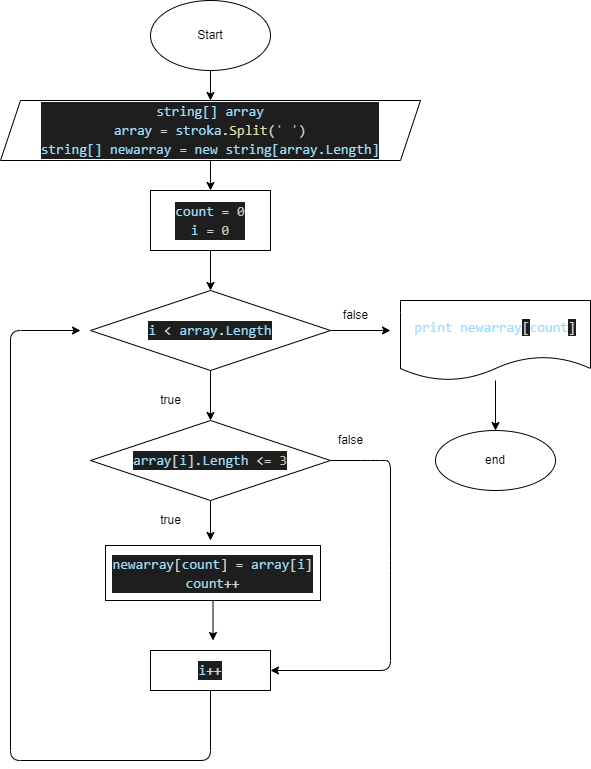
This is Atask/diagram.drawio.png from SmNataLy/final_work, a draw.io export, as it was before one commit. Source tidied: cells renumbered, new cells last; positions are measured from the earlier drawing's top-left corner, leaving out a move shared by most shapes.
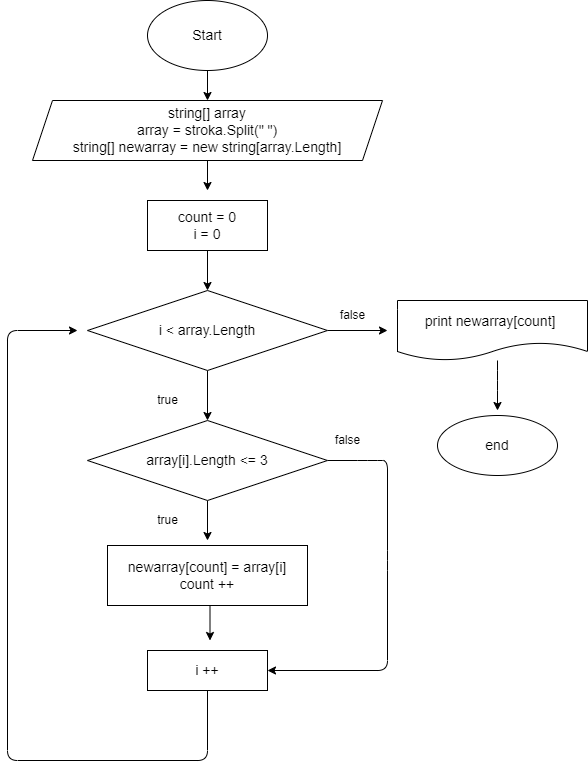
After the change.

Commit message:
Скорректировала блок-схему второй раз

What changed in the source:
```diff
@@ -2,16 +2,18 @@
   <root>
     <mxCell id="0" />
     <mxCell id="1" parent="0" />
-    <mxCell id="2" style="edgeStyle=none;html=1;entryX=0.5;entryY=0;entryDx=0;entryDy=0;" parent="1" edge="1" source="3" target="10">
-      <mxGeometry relative="1" as="geometry" />
+    <mxCell id="2" style="edgeStyle=none;html=1;entryX=0.5;entryY=0;entryDx=0;entryDy=0;" parent="1" edge="1">
+      <mxGeometry relative="1" as="geometry">
+        <mxPoint x="210" y="160" as="sourcePoint" />
+        <mxPoint x="210" y="190" as="targetPoint" />
+      </mxGeometry>
     </mxCell>
-    <mxCell id="3" value="&lt;div style=&quot;background-color: rgb(30, 30, 30); font-family: Consolas, &amp;quot;Courier New&amp;quot;, monospace; font-size: 14px; line-height: 19px;&quot;&gt;&lt;div style=&quot;line-height: 19px;&quot;&gt;&lt;font color=&quot;#9cdcfe&quot;&gt;string[] array&lt;/font&gt;&lt;/div&gt;&lt;div style=&quot;line-height: 19px;&quot;&gt;&lt;div style=&quot;color: rgb(212, 212, 212); line-height: 19px;&quot;&gt;&lt;span style=&quot;color: #9cdcfe;&quot;&gt;array&lt;/span&gt; = &lt;span style=&quot;color: #9cdcfe;&quot;&gt;stroka&lt;/span&gt;.&lt;span style=&quot;color: #dcdcaa;&quot;&gt;Split&lt;/span&gt;(&lt;span style=&quot;color: #ce9178;&quot;&gt;' '&lt;/span&gt;)&lt;/div&gt;&lt;div style=&quot;color: rgb(212, 212, 212); line-height: 19px;&quot;&gt;&lt;span style=&quot;color: rgb(156, 220, 254);&quot;&gt;string[] newarray = new string[array.Length]&lt;/span&gt;&lt;br&gt;&lt;/div&gt;&lt;/div&gt;&lt;/div&gt;" style="shape=parallelogram;perimeter=parallelogramPerimeter;whiteSpace=wrap;html=1;fixedSize=1;" parent="1" vertex="1">
-      <mxGeometry y="100" width="420" height="60" as="geometry" />
-    </mxCell>
-    <mxCell id="4" style="edgeStyle=none;html=1;entryX=0.5;entryY=0;entryDx=0;entryDy=0;" parent="1" edge="1" source="5" target="3">
-      <mxGeometry relative="1" as="geometry" />
+    <mxCell id="4" style="edgeStyle=none;html=1;entryX=0.5;entryY=0;entryDx=0;entryDy=0;" parent="1" edge="1" source="5">
+      <mxGeometry relative="1" as="geometry">
+        <mxPoint x="210" y="100" as="targetPoint" />
+      </mxGeometry>
     </mxCell>
-    <mxCell id="5" value="Start" style="ellipse;whiteSpace=wrap;html=1;" parent="1" vertex="1">
+    <mxCell id="5" value="&lt;font style=&quot;font-size: 14px;&quot;&gt;Start&lt;/font&gt;" style="ellipse;whiteSpace=wrap;html=1;" parent="1" vertex="1">
       <mxGeometry x="150" width="120" height="70" as="geometry" />
     </mxCell>
     <mxCell id="6" style="edgeStyle=none;html=1;" parent="1" edge="1" source="8">
@@ -29,15 +31,14 @@
         </Array>
       </mxGeometry>
     </mxCell>
-    <mxCell id="8" value="&lt;div style=&quot;color: rgb(212, 212, 212); background-color: rgb(30, 30, 30); font-family: Consolas, &amp;quot;Courier New&amp;quot;, monospace; font-size: 14px; line-height: 19px;&quot;&gt;&lt;div style=&quot;line-height: 19px;&quot;&gt;&lt;span style=&quot;color: #9cdcfe;&quot;&gt;array&lt;/span&gt;[&lt;span style=&quot;color: #9cdcfe;&quot;&gt;i&lt;/span&gt;].&lt;span style=&quot;color: #9cdcfe;&quot;&gt;Length&lt;/span&gt; &amp;lt;= &lt;span style=&quot;color: #b5cea8;&quot;&gt;3&lt;/span&gt;&lt;/div&gt;&lt;/div&gt;" style="rhombus;whiteSpace=wrap;html=1;" parent="1" vertex="1">
+    <mxCell id="8" value="&lt;font style=&quot;font-size: 14px;&quot;&gt;array[i].&lt;/font&gt;&lt;span style=&quot;font-size: 14px;&quot;&gt;Length &amp;lt;= 3&lt;/span&gt;" style="rhombus;whiteSpace=wrap;html=1;" parent="1" vertex="1">
       <mxGeometry x="90" y="420" width="240" height="80" as="geometry" />
     </mxCell>
-    <mxCell id="9" style="edgeStyle=none;html=1;entryX=0.5;entryY=0;entryDx=0;entryDy=0;" parent="1" edge="1" source="10" target="13">
-      <mxGeometry relative="1" as="geometry" />
+    <mxCell id="9" style="edgeStyle=none;html=1;entryX=0.5;entryY=0;entryDx=0;entryDy=0;" parent="1" edge="1" target="13">
+      <mxGeometry relative="1" as="geometry">
+        <mxPoint x="210" y="250" as="sourcePoint" />
+      </mxGeometry>
     </mxCell>
-    <mxCell id="10" value="&lt;div style=&quot;color: rgb(212, 212, 212); background-color: rgb(30, 30, 30); font-family: Consolas, &amp;quot;Courier New&amp;quot;, monospace; font-size: 14px; line-height: 19px;&quot;&gt;&lt;span style=&quot;color: #9cdcfe;&quot;&gt;count&lt;/span&gt; = &lt;span style=&quot;color: #b5cea8;&quot;&gt;0&lt;/span&gt;&lt;/div&gt;&lt;div style=&quot;color: rgb(212, 212, 212); background-color: rgb(30, 30, 30); font-family: Consolas, &amp;quot;Courier New&amp;quot;, monospace; font-size: 14px; line-height: 19px;&quot;&gt;&lt;div style=&quot;line-height: 19px;&quot;&gt;&lt;span style=&quot;color: #9cdcfe;&quot;&gt;i&lt;/span&gt; = &lt;span style=&quot;color: #b5cea8;&quot;&gt;0&lt;/span&gt;&lt;/div&gt;&lt;/div&gt;" style="rounded=0;whiteSpace=wrap;html=1;" parent="1" vertex="1">
-      <mxGeometry x="150" y="190" width="120" height="60" as="geometry" />
-    </mxCell>
     <mxCell id="11" style="edgeStyle=none;html=1;entryX=0.5;entryY=0;entryDx=0;entryDy=0;" parent="1" edge="1" source="13" target="8">
       <mxGeometry relative="1" as="geometry" />
     </mxCell>
@@ -46,17 +47,15 @@
         <mxPoint x="390" y="330" as="targetPoint" />
       </mxGeometry>
     </mxCell>
-    <mxCell id="13" value="&lt;div style=&quot;color: rgb(212, 212, 212); background-color: rgb(30, 30, 30); font-family: Consolas, &amp;quot;Courier New&amp;quot;, monospace; font-size: 14px; line-height: 19px;&quot;&gt;&lt;div style=&quot;line-height: 19px;&quot;&gt;&lt;div style=&quot;line-height: 19px;&quot;&gt;&lt;span style=&quot;color: #9cdcfe;&quot;&gt;i&lt;/span&gt; &amp;lt; &lt;span style=&quot;color: #9cdcfe;&quot;&gt;array&lt;/span&gt;.&lt;span style=&quot;color: #9cdcfe;&quot;&gt;Length&lt;/span&gt;&lt;/div&gt;&lt;/div&gt;&lt;/div&gt;" style="rhombus;whiteSpace=wrap;html=1;" parent="1" vertex="1">
+    <mxCell id="13" value="&lt;font style=&quot;font-size: 14px;&quot;&gt;i &amp;lt; array.Length&lt;/font&gt;" style="rhombus;whiteSpace=wrap;html=1;" parent="1" vertex="1">
       <mxGeometry x="90" y="290" width="240" height="80" as="geometry" />
     </mxCell>
-    <mxCell id="14" style="edgeStyle=none;html=1;" parent="1" edge="1" source="15">
+    <mxCell id="14" style="edgeStyle=none;html=1;" parent="1" edge="1">
       <mxGeometry relative="1" as="geometry">
+        <mxPoint x="212.5" y="600" as="sourcePoint" />
         <mxPoint x="212.5" y="640" as="targetPoint" />
       </mxGeometry>
     </mxCell>
-    <mxCell id="15" value="&lt;div style=&quot;color: rgb(212, 212, 212); background-color: rgb(30, 30, 30); font-family: Consolas, &amp;quot;Courier New&amp;quot;, monospace; font-size: 14px; line-height: 19px;&quot;&gt;&lt;span style=&quot;color: #9cdcfe;&quot;&gt;newarray&lt;/span&gt;[&lt;span style=&quot;color: #9cdcfe;&quot;&gt;count&lt;/span&gt;] = &lt;span style=&quot;color: #9cdcfe;&quot;&gt;array&lt;/span&gt;[&lt;span style=&quot;color: #9cdcfe;&quot;&gt;i&lt;/span&gt;]&lt;/div&gt;&lt;div style=&quot;color: rgb(212, 212, 212); background-color: rgb(30, 30, 30); font-family: Consolas, &amp;quot;Courier New&amp;quot;, monospace; font-size: 14px; line-height: 19px;&quot;&gt;&lt;div style=&quot;line-height: 19px;&quot;&gt;&lt;span style=&quot;color: #9cdcfe;&quot;&gt;count&lt;/span&gt;++&lt;/div&gt;&lt;/div&gt;" style="rounded=0;whiteSpace=wrap;html=1;" parent="1" vertex="1">
-      <mxGeometry x="105" y="545" width="215" height="55" as="geometry" />
-    </mxCell>
     <mxCell id="16" style="edgeStyle=none;html=1;" parent="1" edge="1" source="17">
       <mxGeometry relative="1" as="geometry">
         <mxPoint x="80" y="330" as="targetPoint" />
@@ -67,7 +66,7 @@
         </Array>
       </mxGeometry>
     </mxCell>
-    <mxCell id="17" value="&lt;div style=&quot;color: rgb(212, 212, 212); background-color: rgb(30, 30, 30); font-family: Consolas, &amp;quot;Courier New&amp;quot;, monospace; font-size: 14px; line-height: 19px;&quot;&gt;&lt;span style=&quot;color: #9cdcfe;&quot;&gt;i&lt;/span&gt;++&lt;/div&gt;" style="rounded=0;whiteSpace=wrap;html=1;" parent="1" vertex="1">
+    <mxCell id="17" value="&lt;font style=&quot;font-size: 14px;&quot;&gt;i ++&lt;/font&gt;" style="rounded=0;whiteSpace=wrap;html=1;" parent="1" vertex="1">
       <mxGeometry x="150" y="650" width="120" height="40" as="geometry" />
     </mxCell>
     <mxCell id="18" value="true" style="text;html=1;align=center;verticalAlign=middle;strokeColor=none;fillColor=none;" parent="1" vertex="1">
@@ -79,17 +78,32 @@
     <mxCell id="20" value="false" style="text;html=1;align=center;verticalAlign=middle;strokeColor=none;fillColor=none;" parent="1" vertex="1">
       <mxGeometry x="325" y="425" width="50" height="30" as="geometry" />
     </mxCell>
-    <mxCell id="21" style="edgeStyle=none;html=1;entryX=0.5;entryY=0;entryDx=0;entryDy=0;" parent="1" edge="1" source="22" target="24">
-      <mxGeometry relative="1" as="geometry" />
+    <mxCell id="21" style="edgeStyle=none;html=1;" parent="1" edge="1" source="22">
+      <mxGeometry relative="1" as="geometry">
+        <mxPoint x="500" y="410" as="targetPoint" />
+        <Array as="points">
+          <mxPoint x="500" y="360" />
+          <mxPoint x="500" y="380" />
+        </Array>
+      </mxGeometry>
     </mxCell>
-    <mxCell id="22" value="&lt;span style=&quot;font-family: Consolas, &amp;quot;Courier New&amp;quot;, monospace; font-size: 14px; color: rgb(156, 220, 254);&quot;&gt;print&amp;nbsp;&lt;/span&gt;&lt;span style=&quot;font-family: Consolas, &amp;quot;Courier New&amp;quot;, monospace; font-size: 14px; color: rgb(156, 220, 254);&quot;&gt;newarray&lt;/span&gt;&lt;span style=&quot;color: rgb(212, 212, 212); font-family: Consolas, &amp;quot;Courier New&amp;quot;, monospace; font-size: 14px; background-color: rgb(30, 30, 30);&quot;&gt;[&lt;/span&gt;&lt;span style=&quot;font-family: Consolas, &amp;quot;Courier New&amp;quot;, monospace; font-size: 14px; color: rgb(156, 220, 254);&quot;&gt;count&lt;/span&gt;&lt;span style=&quot;color: rgb(212, 212, 212); font-family: Consolas, &amp;quot;Courier New&amp;quot;, monospace; font-size: 14px; background-color: rgb(30, 30, 30);&quot;&gt;]&lt;/span&gt;" style="shape=document;whiteSpace=wrap;html=1;boundedLbl=1;" parent="1" vertex="1">
-      <mxGeometry x="400" y="300" width="190" height="80" as="geometry" />
+    <mxCell id="22" value="&lt;font style=&quot;font-size: 14px;&quot;&gt;print newarray[count]&amp;nbsp;&lt;/font&gt;" style="shape=document;whiteSpace=wrap;html=1;boundedLbl=1;" parent="1" vertex="1">
+      <mxGeometry x="400" y="300" width="190" height="60" as="geometry" />
     </mxCell>
     <mxCell id="23" value="false" style="text;html=1;align=center;verticalAlign=middle;strokeColor=none;fillColor=none;" parent="1" vertex="1">
       <mxGeometry x="330" y="300" width="50" height="30" as="geometry" />
     </mxCell>
-    <mxCell id="24" value="end" style="ellipse;whiteSpace=wrap;html=1;" parent="1" vertex="1">
-      <mxGeometry x="435" y="430" width="120" height="60" as="geometry" />
+    <mxCell id="24" value="&lt;font style=&quot;font-size: 14px;&quot;&gt;end&lt;/font&gt;" style="ellipse;whiteSpace=wrap;html=1;" parent="1" vertex="1">
+      <mxGeometry x="440" y="415" width="120" height="60" as="geometry" />
     </mxCell>
+    <mxCell id="25" value="&lt;font style=&quot;font-size: 14px;&quot;&gt;string[] array&lt;br&gt;array = stroka.Split(&quot; &quot;)&lt;br&gt;string[] newarray = new string[array.Length]&lt;br&gt;&lt;/font&gt;" style="shape=parallelogram;perimeter=parallelogramPerimeter;whiteSpace=wrap;html=1;fixedSize=1;" parent="1" vertex="1">
+      <mxGeometry x="35" y="100" width="350" height="60" as="geometry" />
+    </mxCell>
+    <mxCell id="10" value="&lt;font style=&quot;font-size: 14px;&quot;&gt;count = 0&lt;br&gt;i = 0&lt;/font&gt;" style="rounded=0;whiteSpace=wrap;html=1;fontSize=14;" parent="1" vertex="1">
+      <mxGeometry x="150" y="200" width="120" height="50" as="geometry" />
+    </mxCell>
+    <mxCell id="26" value="newarray[count] = array[i]&lt;br&gt;count ++" style="rounded=0;whiteSpace=wrap;html=1;fontSize=14;" parent="1" vertex="1">
+      <mxGeometry x="110" y="545" width="200" height="60" as="geometry" />
+    </mxCell>
   </root>
 </mxGraphModel>
```
